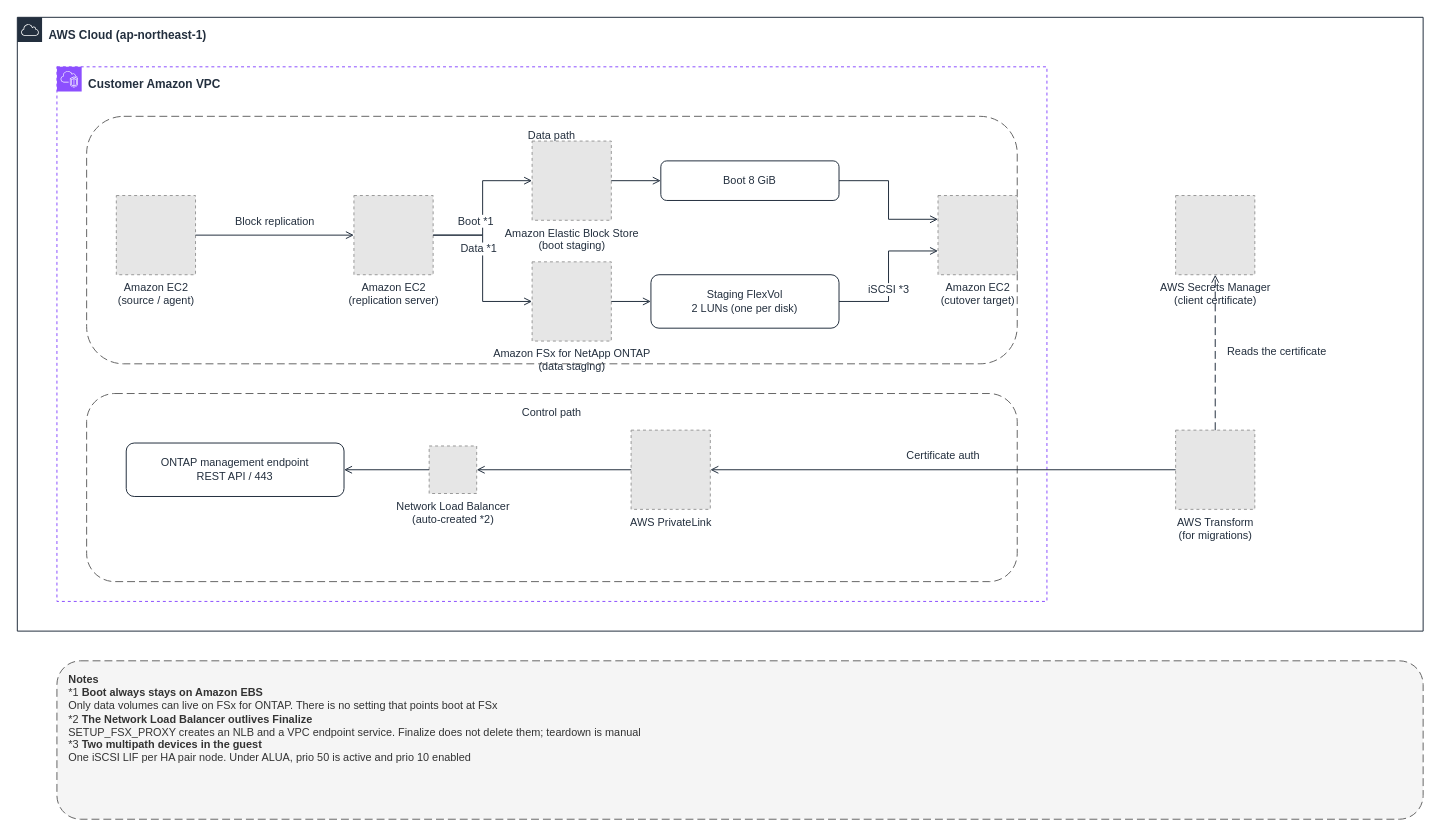
Before: docs/_assets/diagrams/atx-fsxn-migration-overview-en.drawio in Yoshiki0705/vmware-migration-ec2-ontap, a draw.io diagram. Source tidied: cells renumbered, new cells numbered last; positions are measured from the earlier drawing's top-left corner, leaving out a move shared by most shapes. Both pictures are drawn from the tidied source at 99%, with x=0, y=0 at pixel (17, 17). Pictures stored in the file or linked from it are replaced by grey dashed boxes.
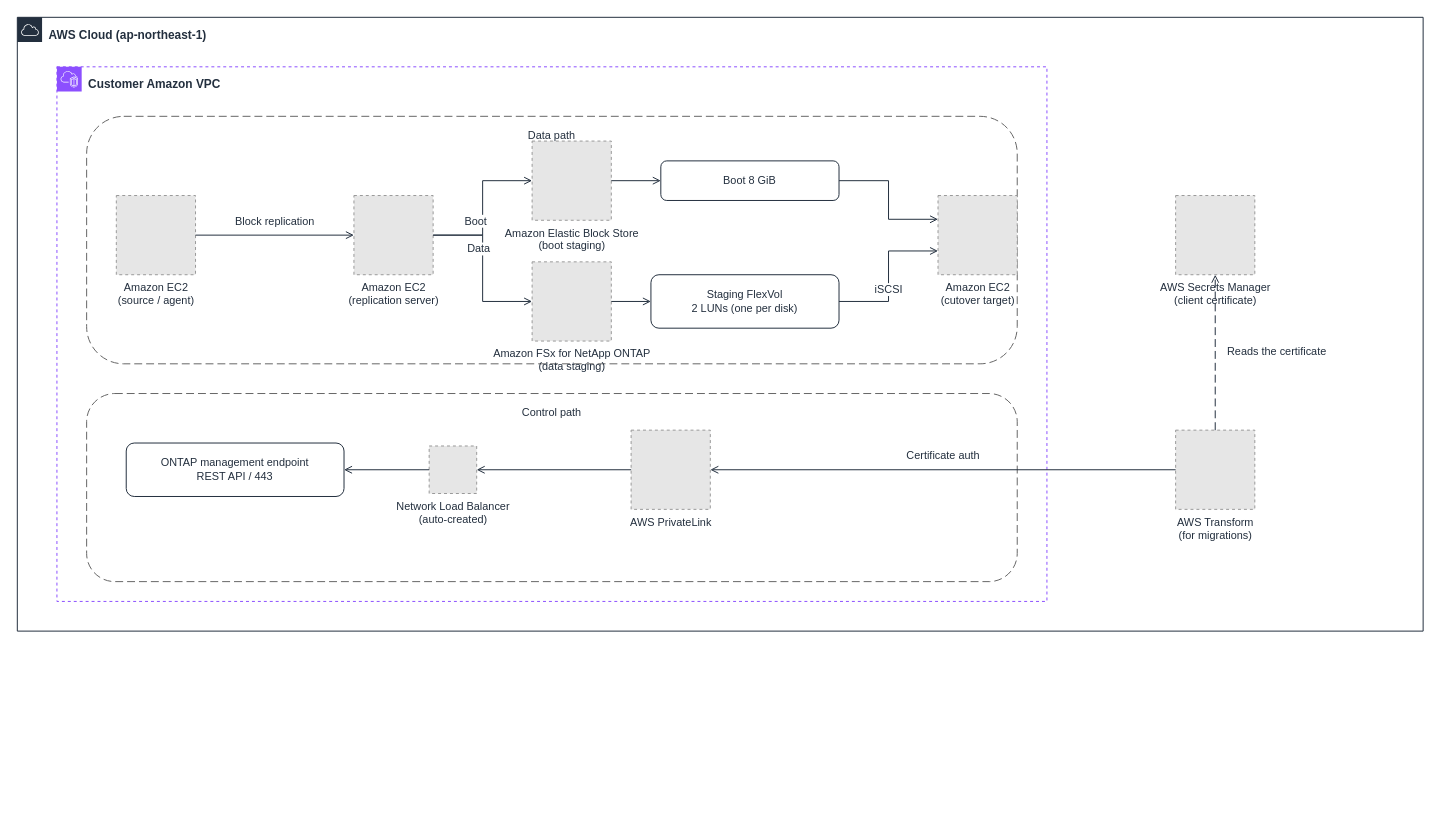
The same page after the edit.

The change refers to these unchanged cells:
```xml
<mxCell id="7" value="Staging FlexVol&#10;2 LUNs (one per disk)" style="rounded=1;whiteSpace=wrap;html=1;strokeColor=#232F3E;fillColor=none;fontColor=#232F3E;fontSize=11;verticalAlign=middle;align=center;" parent="1" vertex="1">
  <mxGeometry x="640" y="260" width="190" height="54" as="geometry" />
</mxCell>
<mxCell id="10" value="Amazon EC2&#10;(replication server)" style="fillColor=#E6E6E6;strokeColor=#999999;dashed=1;html=1;verticalLabelPosition=bottom;verticalAlign=top;labelPosition=center;align=center;fontSize=11;fontColor=#232F3E;" parent="1" vertex="1">
  <mxGeometry x="340" y="180" width="80" height="80" as="geometry" />
</mxCell>
<mxCell id="11" value="Amazon Elastic Block Store&#10;(boot staging)" style="fillColor=#E6E6E6;strokeColor=#999999;dashed=1;html=1;verticalLabelPosition=bottom;verticalAlign=top;labelPosition=center;align=center;fontSize=11;fontColor=#232F3E;" parent="1" vertex="1">
  <mxGeometry x="520" y="125" width="80" height="80" as="geometry" />
</mxCell>
<mxCell id="12" value="Amazon FSx for NetApp ONTAP&#10;(data staging)" style="fillColor=#E6E6E6;strokeColor=#999999;dashed=1;html=1;verticalLabelPosition=bottom;verticalAlign=top;labelPosition=center;align=center;fontSize=11;fontColor=#232F3E;" parent="1" vertex="1">
  <mxGeometry x="520" y="247" width="80" height="80" as="geometry" />
</mxCell>
<mxCell id="13" value="Amazon EC2&#10;(cutover target)" style="fillColor=#E6E6E6;strokeColor=#999999;dashed=1;html=1;verticalLabelPosition=bottom;verticalAlign=top;labelPosition=center;align=center;fontSize=11;fontColor=#232F3E;" parent="1" vertex="1">
  <mxGeometry x="930" y="180" width="80" height="80" as="geometry" />
</mxCell>
```

Change to the diagram source:
```diff
@@
-    <mxCell id="14" value="Network Load Balancer&#10;(auto-created *2)" style="fillColor=#E6E6E6;strokeColor=#999999;dashed=1;html=1;verticalLabelPosition=bottom;verticalAlign=top;labelPosition=center;align=center;fontSize=11;fontColor=#232F3E;" parent="1" vertex="1">
+    <mxCell id="14" value="Network Load Balancer&#10;(auto-created)" style="fillColor=#E6E6E6;strokeColor=#999999;dashed=1;html=1;verticalLabelPosition=bottom;verticalAlign=top;labelPosition=center;align=center;fontSize=11;fontColor=#232F3E;" parent="1" vertex="1">
       <mxGeometry x="416" y="433" width="48" height="48" as="geometry" />
     </mxCell>
@@
-    <mxCell id="19" value="Boot *1" style="edgeStyle=orthogonalEdgeStyle;rounded=0;html=1;endArrow=open;endFill=0;strokeColor=#232F3E;strokeWidth=1;fontSize=11;fontColor=#232F3E;labelBackgroundColor=#FFFFFF;exitX=1;exitY=0.5;exitDx=0;exitDy=0;entryX=0;entryY=0.5;entryDx=0;entryDy=0;" parent="1" edge="1" source="10" target="11">
+    <mxCell id="19" value="Boot" style="edgeStyle=orthogonalEdgeStyle;rounded=0;html=1;endArrow=open;endFill=0;strokeColor=#232F3E;strokeWidth=1;fontSize=11;fontColor=#232F3E;labelBackgroundColor=#FFFFFF;exitX=1;exitY=0.5;exitDx=0;exitDy=0;entryX=0;entryY=0.5;entryDx=0;entryDy=0;" parent="1" edge="1" source="10" target="11">
       <mxGeometry x="-0.45" relative="1" as="geometry">
         <mxPoint y="-14" as="offset" />
       </mxGeometry>
     </mxCell>
-    <mxCell id="20" value="Data *1" style="edgeStyle=orthogonalEdgeStyle;rounded=0;html=1;endArrow=open;endFill=0;strokeColor=#232F3E;strokeWidth=1;fontSize=11;fontColor=#232F3E;labelBackgroundColor=#FFFFFF;exitX=1;exitY=0.5;exitDx=0;exitDy=0;entryX=0;entryY=0.5;entryDx=0;entryDy=0;" parent="1" edge="1" source="10" target="12">
+    <mxCell id="20" value="Data" style="edgeStyle=orthogonalEdgeStyle;rounded=0;html=1;endArrow=open;endFill=0;strokeColor=#232F3E;strokeWidth=1;fontSize=11;fontColor=#232F3E;labelBackgroundColor=#FFFFFF;exitX=1;exitY=0.5;exitDx=0;exitDy=0;entryX=0;entryY=0.5;entryDx=0;entryDy=0;" parent="1" edge="1" source="10" target="12">
       <mxGeometry x="-0.45" relative="1" as="geometry">
         <mxPoint y="14" as="offset" />
       </mxGeometry>
     </mxCell>
@@
-    <mxCell id="24" value="iSCSI *3" style="edgeStyle=orthogonalEdgeStyle;rounded=0;html=1;endArrow=open;endFill=0;strokeColor=#232F3E;strokeWidth=1;fontSize=11;fontColor=#232F3E;labelBackgroundColor=#FFFFFF;exitX=1;exitY=0.5;exitDx=0;exitDy=0;entryX=0;entryY=0.7;entryDx=0;entryDy=0;" parent="1" edge="1" source="7" target="13">
+    <mxCell id="24" value="iSCSI" style="edgeStyle=orthogonalEdgeStyle;rounded=0;html=1;endArrow=open;endFill=0;strokeColor=#232F3E;strokeWidth=1;fontSize=11;fontColor=#232F3E;labelBackgroundColor=#FFFFFF;exitX=1;exitY=0.5;exitDx=0;exitDy=0;entryX=0;entryY=0.7;entryDx=0;entryDy=0;" parent="1" edge="1" source="7" target="13">
       <mxGeometry relative="1" as="geometry">
         <mxPoint y="14" as="offset" />
       </mxGeometry>
     </mxCell>
@@
-    <mxCell id="29" value="&lt;b&gt;Notes&lt;/b&gt;&lt;br&gt;*1 &lt;b&gt;Boot always stays on Amazon EBS&lt;/b&gt;&lt;br&gt;Only data volumes can live on FSx for ONTAP. There is no setting that points boot at FSx&lt;br&gt;*2 &lt;b&gt;The Network Load Balancer outlives Finalize&lt;/b&gt;&lt;br&gt;SETUP_FSX_PROXY creates an NLB and a VPC endpoint service. Finalize does not delete them; teardown is manual&lt;br&gt;*3 &lt;b&gt;Two multipath devices in the guest&lt;/b&gt;&lt;br&gt;One iSCSI LIF per HA pair node. Under ALUA, prio 50 is active and prio 10 enabled" style="rounded=1;whiteSpace=wrap;html=1;dashed=1;dashPattern=8 4;strokeColor=#666666;fillColor=#F5F5F5;fontColor=#333333;fontSize=11;align=left;verticalAlign=top;spacingLeft=10;spacingTop=6;" parent="1" vertex="1">
-      <mxGeometry x="40" y="650" width="1380" height="160" as="geometry" />
-    </mxCell>
```
